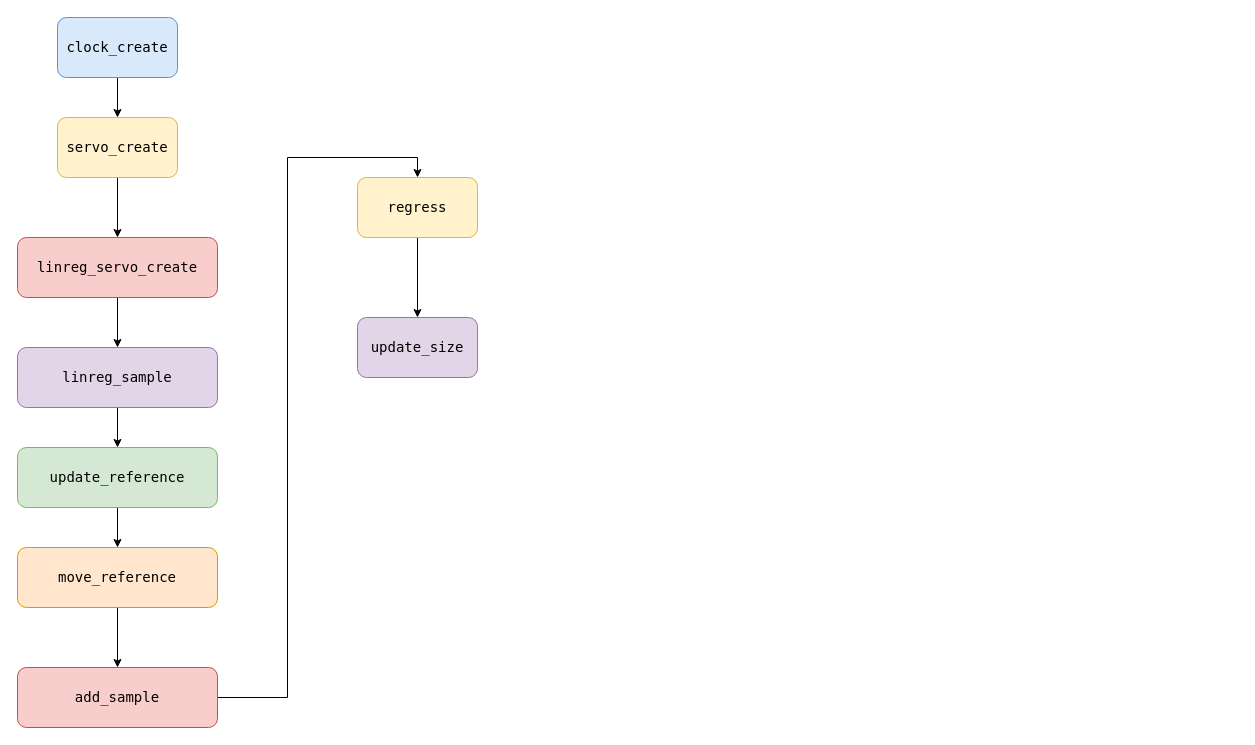
This is Untitled Diagram.drawio from enesygt/c_repo, a draw.io file, before an edit. Source tidied: cells renumbered, new cells numbered last; positions are measured from the earlier drawing's top-left corner, leaving out a move shared by most shapes. Both pictures are drawn from the tidied source at 100%, with x=0, y=0 at pixel (17, 17).
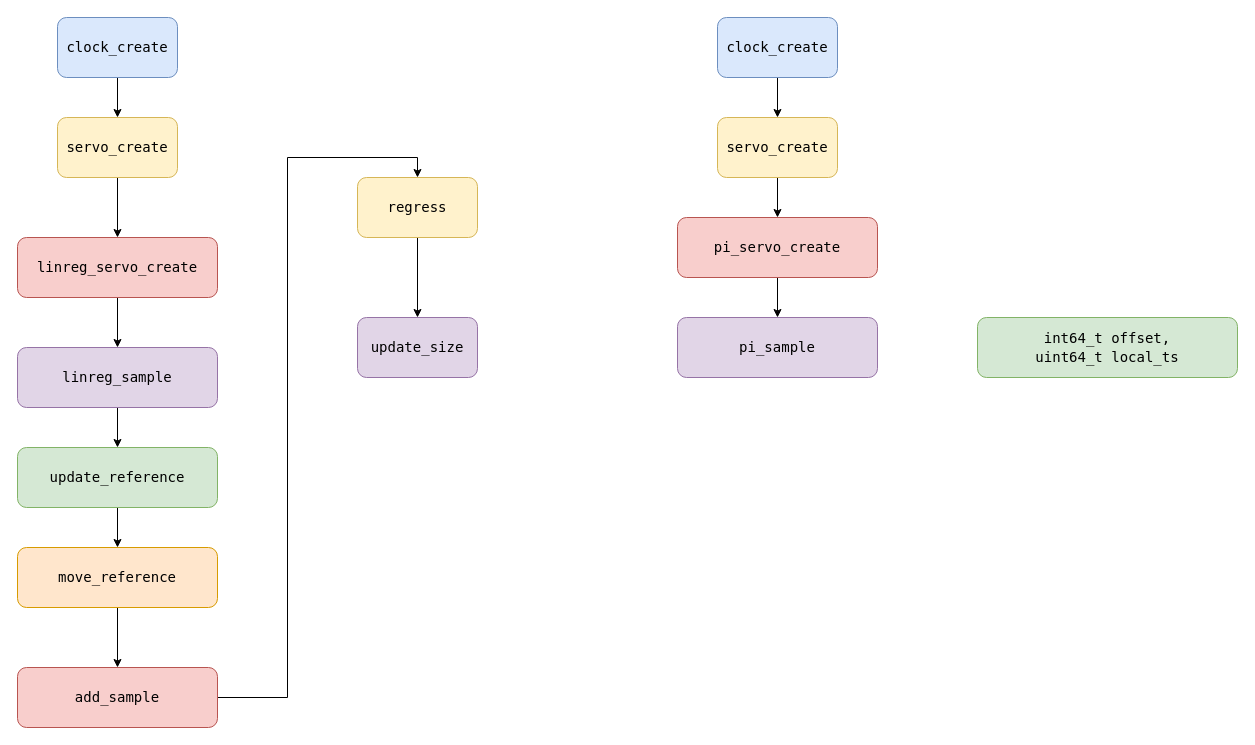
The same diagram, later.

The edit, as a diff of the source:
```diff
@@
+    <mxCell id="19" style="edgeStyle=orthogonalEdgeStyle;rounded=0;jettySize=auto;html=1;entryX=0.5;entryY=0;entryDx=0;entryDy=0;" parent="1" edge="1" source="20" target="22">
+      <mxGeometry relative="1" as="geometry" />
+    </mxCell>
+    <mxCell id="20" value="&lt;div style=&quot;font-family: &amp;#34;droid sans mono&amp;#34; , &amp;#34;monospace&amp;#34; , monospace , &amp;#34;droid sans fallback&amp;#34; ; font-weight: normal ; font-size: 14px ; line-height: 19px&quot;&gt;&lt;div&gt;&lt;span style=&quot;background-color: transparent&quot;&gt;clock_create&lt;/span&gt;&lt;/div&gt;&lt;/div&gt;" style="rounded=1;whiteSpace=wrap;html=1;fillColor=#dae8fc;strokeColor=#6c8ebf;" parent="1" vertex="1">
+      <mxGeometry x="700" width="120" height="60" as="geometry" />
+    </mxCell>
+    <mxCell id="21" style="edgeStyle=orthogonalEdgeStyle;rounded=0;jettySize=auto;html=1;" parent="1" edge="1" source="22" target="24">
+      <mxGeometry relative="1" as="geometry" />
+    </mxCell>
+    <mxCell id="22" value="&lt;div style=&quot;font-family: &amp;#34;droid sans mono&amp;#34; , &amp;#34;monospace&amp;#34; , monospace , &amp;#34;droid sans fallback&amp;#34; ; font-weight: normal ; font-size: 14px ; line-height: 19px&quot;&gt;&lt;div&gt;&lt;span style=&quot;background-color: transparent&quot;&gt;servo_create&lt;/span&gt;&lt;/div&gt;&lt;/div&gt;" style="rounded=1;whiteSpace=wrap;html=1;fillColor=#fff2cc;strokeColor=#d6b656;" parent="1" vertex="1">
+      <mxGeometry x="700" y="100" width="120" height="60" as="geometry" />
+    </mxCell>
+    <mxCell id="23" style="edgeStyle=orthogonalEdgeStyle;rounded=0;jettySize=auto;html=1;exitX=0.5;exitY=1;exitDx=0;exitDy=0;entryX=0.5;entryY=0;entryDx=0;entryDy=0;" parent="1" edge="1" source="24" target="25">
+      <mxGeometry relative="1" as="geometry" />
+    </mxCell>
+    <mxCell id="24" value="&lt;div style=&quot;font-family: &amp;#34;droid sans mono&amp;#34; , &amp;#34;monospace&amp;#34; , monospace , &amp;#34;droid sans fallback&amp;#34; ; font-weight: normal ; font-size: 14px ; line-height: 19px&quot;&gt;&lt;div&gt;&lt;div style=&quot;font-family: &amp;#34;droid sans mono&amp;#34; , &amp;#34;monospace&amp;#34; , monospace , &amp;#34;droid sans fallback&amp;#34; ; font-weight: normal ; font-size: 14px ; line-height: 19px&quot;&gt;&lt;div&gt;&lt;span style=&quot;background-color: transparent&quot;&gt;pi_servo_create&lt;/span&gt;&lt;/div&gt;&lt;/div&gt;&lt;/div&gt;&lt;/div&gt;" style="rounded=1;whiteSpace=wrap;html=1;fillColor=#f8cecc;strokeColor=#b85450;" parent="1" vertex="1">
+      <mxGeometry x="660" y="200" width="200" height="60" as="geometry" />
+    </mxCell>
+    <mxCell id="25" value="&lt;div style=&quot;font-family: &amp;#34;droid sans mono&amp;#34; , &amp;#34;monospace&amp;#34; , monospace , &amp;#34;droid sans fallback&amp;#34; ; font-weight: normal ; font-size: 14px ; line-height: 19px&quot;&gt;&lt;div&gt;&lt;span style=&quot;background-color: transparent&quot;&gt;pi_sample&lt;/span&gt;&lt;/div&gt;&lt;/div&gt;" style="rounded=1;whiteSpace=wrap;html=1;fillColor=#e1d5e7;strokeColor=#9673a6;" parent="1" vertex="1">
+      <mxGeometry x="660" y="300" width="200" height="60" as="geometry" />
+    </mxCell>
+    <mxCell id="26" value="&lt;div style=&quot;font-family: &amp;#34;droid sans mono&amp;#34; , &amp;#34;monospace&amp;#34; , monospace , &amp;#34;droid sans fallback&amp;#34; ; font-weight: normal ; font-size: 14px ; line-height: 19px&quot;&gt;&lt;div&gt;&lt;span style=&quot;background-color: transparent&quot;&gt;int64_t offset,&lt;/span&gt;&lt;/div&gt;&lt;div&gt;&lt;span style=&quot;background-color: transparent&quot;&gt;            uint64_t local_ts&lt;/span&gt;&lt;/div&gt;&lt;/div&gt;" style="rounded=1;whiteSpace=wrap;html=1;fillColor=#d5e8d4;strokeColor=#82b366;" parent="1" vertex="1">
+      <mxGeometry x="960" y="300" width="260" height="60" as="geometry" />
+    </mxCell>
```
